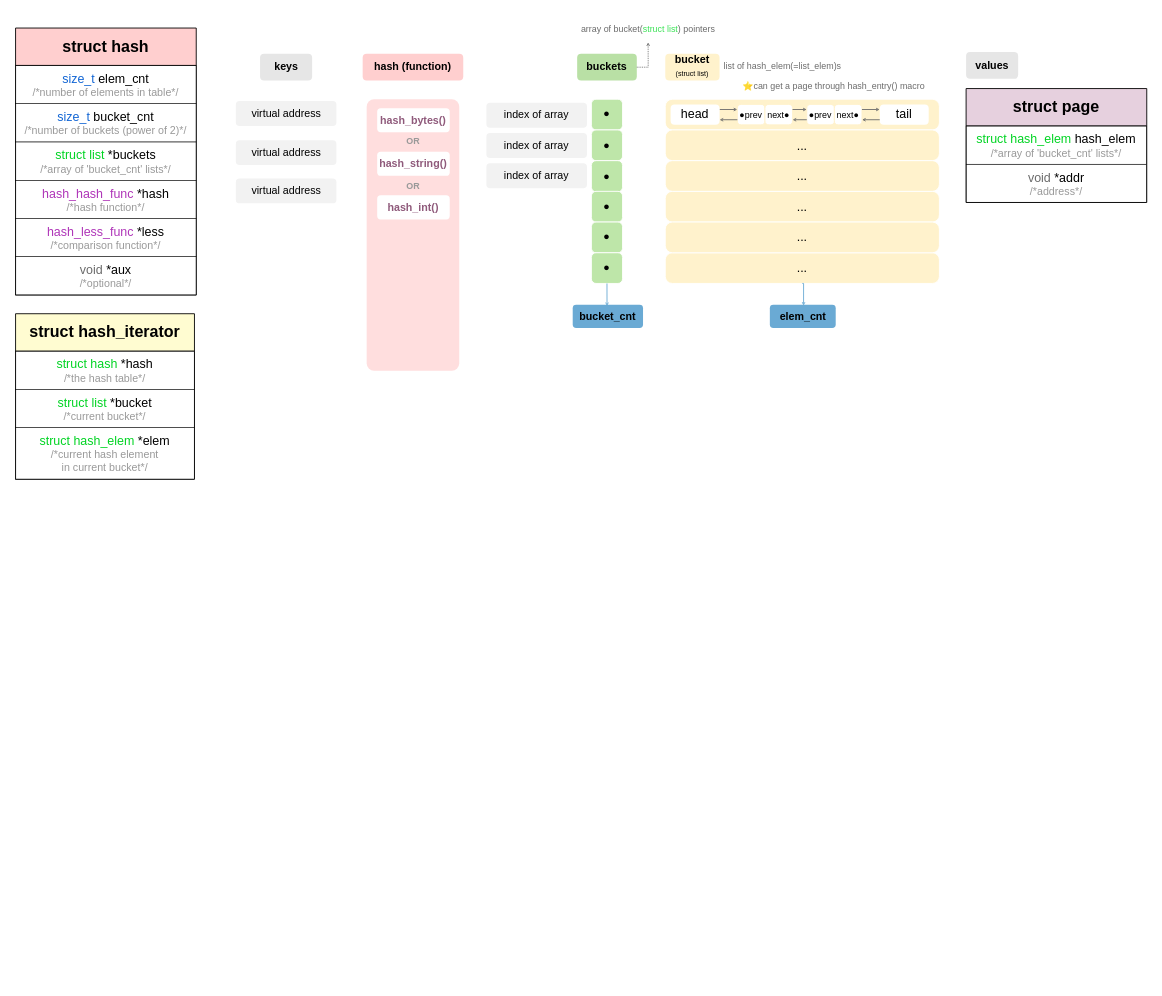
The draw.io diagram page "Hash table" (1 of 3) of pintos project3.drawio in sententi-a/pintos-kaist-3-4, before the edit. Source tidied: cells renumbered, new cells numbered last; positions are measured from the earlier drawing's top-left corner, leaving out a move shared by most shapes. Both pictures are drawn from the tidied source at 89%, with x=0, y=0 at pixel (15, 15).
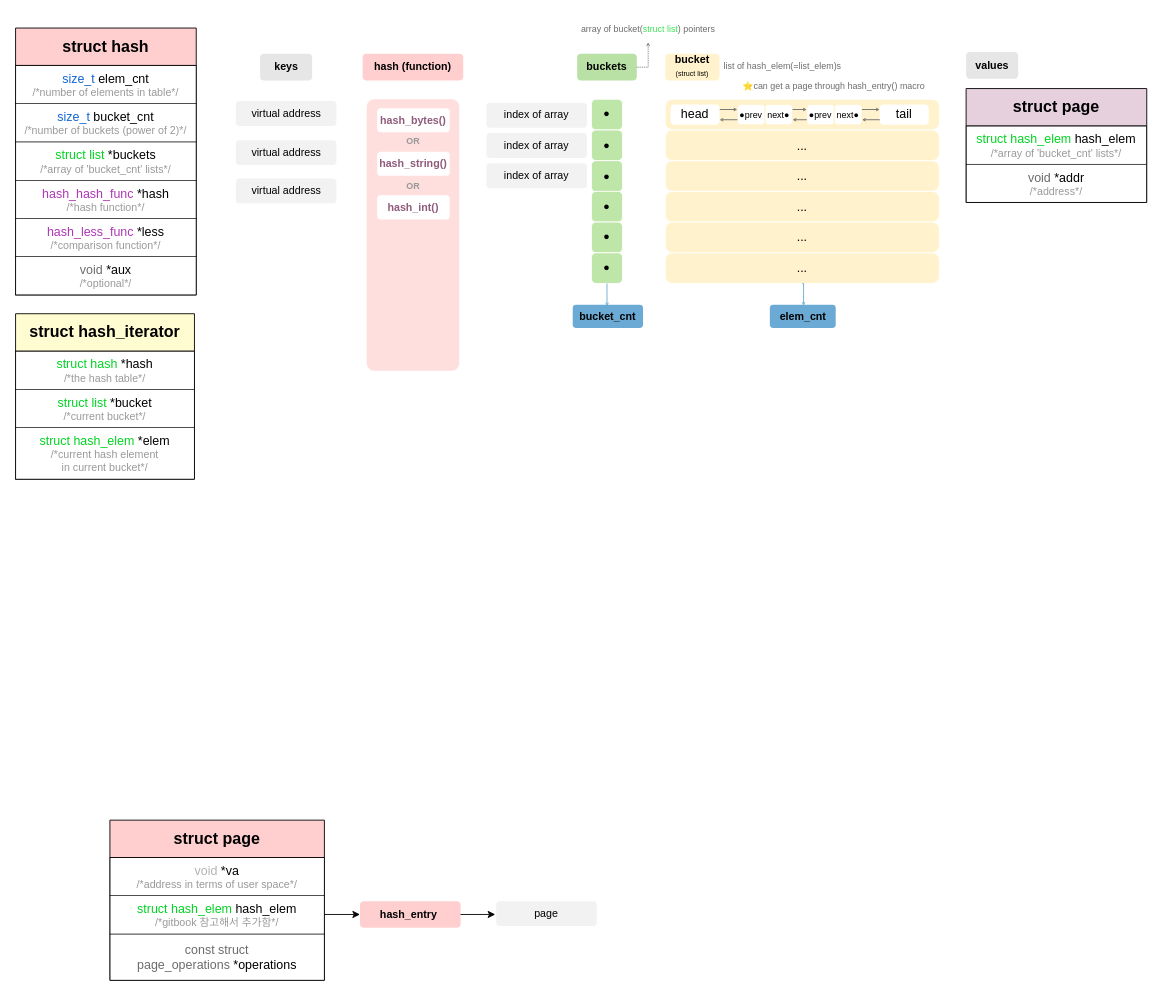
After the change.

Change to the diagram source:
```diff
@@
+    <mxCell id="76" value="&lt;b&gt;&lt;font style=&quot;font-size: 18px;&quot;&gt;struct page&lt;/font&gt;&lt;/b&gt;" style="swimlane;fontStyle=0;horizontal=1;startSize=42;whiteSpace=wrap;html=1;fontSize=12;swimlaneLine=1;rotation=0;swimlaneHead=1;swimlaneBody=1;arcSize=15;noLabel=0;overflow=width;enumerate=0;comic=0;fillColor=#FFCFCF;" parent="1" vertex="1">
+      <mxGeometry x="106" y="904" width="241" height="180" as="geometry" />
+    </mxCell>
+    <mxCell id="77" value="&lt;font style=&quot;font-size: 14px;&quot;&gt;&lt;font color=&quot;#b3b3b3&quot;&gt;void&lt;/font&gt;&amp;nbsp;*va&lt;/font&gt;&lt;br&gt;&lt;font color=&quot;#999999&quot;&gt;/*address in terms of user space*/&lt;/font&gt;" style="text;strokeColor=default;fillColor=none;align=center;verticalAlign=middle;spacingLeft=4;spacingRight=4;overflow=width;whiteSpace=wrap;html=1;fontSize=12;absoluteArcSize=0;backgroundOutline=0;labelPosition=center;verticalLabelPosition=middle;textDirection=ltr;strokeWidth=0.5;" parent="76" vertex="1">
+      <mxGeometry y="42" width="241" height="43" as="geometry" />
+    </mxCell>
+    <mxCell id="78" value="&lt;font style=&quot;font-size: 14px;&quot;&gt;&lt;font style=&quot;font-size: 14px;&quot; color=&quot;#00d423&quot;&gt;struct hash_elem&lt;/font&gt;&amp;nbsp;hash_elem&lt;/font&gt;&lt;br&gt;&lt;font color=&quot;#999999&quot;&gt;/*gitbook 참고해서 추가함*/&lt;/font&gt;" style="text;strokeColor=default;fillColor=none;align=center;verticalAlign=middle;spacingLeft=4;spacingRight=4;overflow=width;whiteSpace=wrap;html=1;fontSize=12;strokeWidth=0.5;" parent="76" vertex="1">
+      <mxGeometry y="85" width="241" height="43" as="geometry" />
+    </mxCell>
+    <mxCell id="79" value="&lt;font style=&quot;font-size: 14px;&quot;&gt;&lt;font color=&quot;#6b6b6b&quot;&gt;const struct page_operations&lt;/font&gt;&amp;nbsp;*operations&lt;/font&gt;&lt;br&gt;" style="text;strokeColor=default;fillColor=none;align=center;verticalAlign=middle;spacingLeft=4;spacingRight=4;overflow=width;whiteSpace=wrap;html=1;fontSize=12;strokeWidth=0.5;" parent="76" vertex="1">
+      <mxGeometry y="128" width="241" height="52" as="geometry" />
+    </mxCell>
+    <mxCell id="80" value="hash_entry&amp;nbsp;" style="text;strokeColor=none;fillColor=#FFCFCF;align=center;verticalAlign=middle;spacingLeft=4;spacingRight=4;overflow=width;points=[[0,0.5],[1,0.5]];portConstraint=eastwest;whiteSpace=wrap;html=1;fontSize=12;rounded=1;fontStyle=1;" parent="1" vertex="1">
+      <mxGeometry x="387" y="995" width="113" height="30" as="geometry" />
+    </mxCell>
+    <mxCell id="81" style="endArrow=classic;html=1;rounded=0;fontColor=#B3B3B3;entryX=0;entryY=0.5;entryDx=0;entryDy=0;" parent="1" edge="1" target="80">
+      <mxGeometry relative="1" as="geometry">
+        <mxPoint x="347" y="1010" as="sourcePoint" />
+      </mxGeometry>
+    </mxCell>
+    <mxCell id="82" style="endArrow=classic;html=1;rounded=0;fontColor=#B3B3B3;exitX=1;exitY=0.5;exitDx=0;exitDy=0;" parent="1" edge="1" source="80">
+      <mxGeometry relative="1" as="geometry">
+        <mxPoint x="539" y="1010" as="targetPoint" />
+      </mxGeometry>
+    </mxCell>
+    <mxCell id="83" value="page" style="rounded=1;whiteSpace=wrap;html=1;strokeColor=none;fillColor=#F2F2F2;" parent="1" vertex="1">
+      <mxGeometry x="540" y="995" width="113" height="28" as="geometry" />
+    </mxCell>
```
